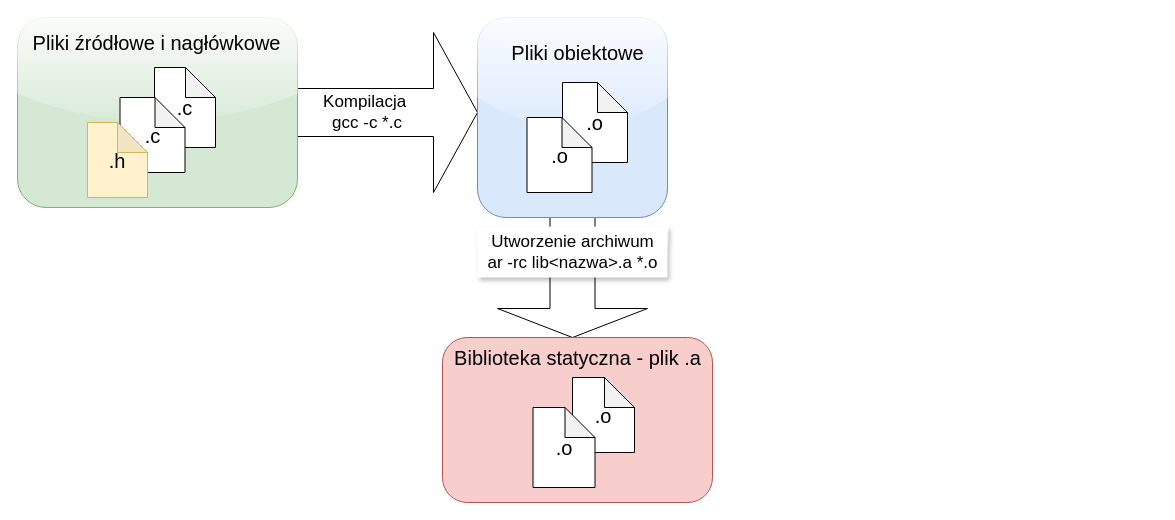
Before: thesis/res/draw.io/Static_lib_flow.drawio in arokasprz100/Bachelor-thesis, a draw.io diagram. Source tidied: cells renumbered, new cells numbered last; positions are measured from the earlier drawing's top-left corner, leaving out a move shared by most shapes. Both pictures are drawn from the tidied source at 100%, with x=0, y=0 at pixel (17, 17).
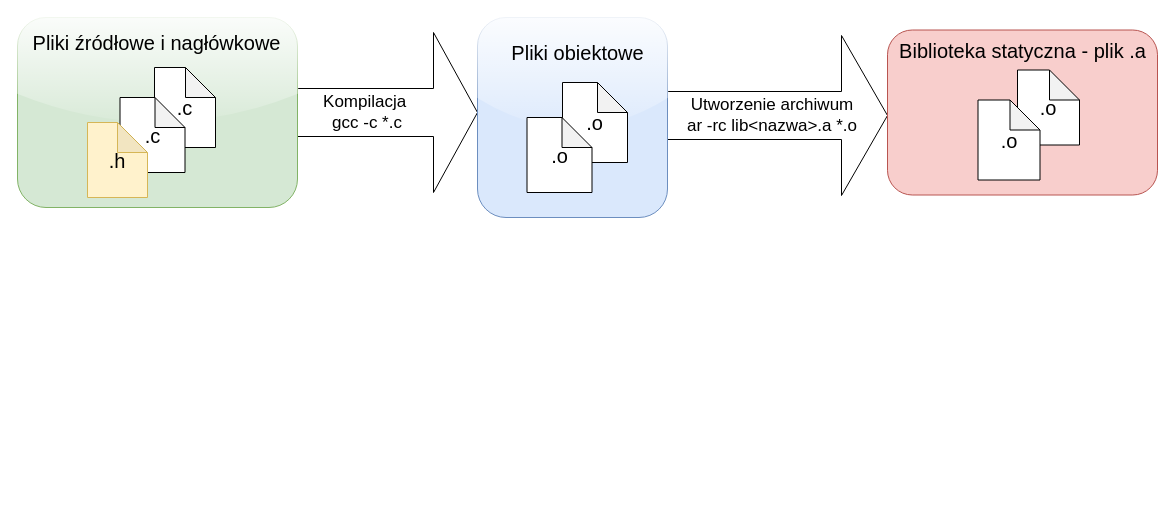
The same diagram, later.

Diff of the diagram source:
```diff
@@
 <mxGraphModel background="#ffffff">
   <root>
     <mxCell id="0" />
     <mxCell id="1" parent="0" />
-    <mxCell id="2" style="shape=singleArrow;direction=south;whiteSpace=wrap;html=1;rounded=0;glass=0;" parent="1" vertex="1">
-      <mxGeometry x="480" y="175" width="150" height="145" as="geometry" />
-    </mxCell>
+    <mxCell id="13" value="&lt;span style=&quot;font-size: 17px ; white-space: nowrap&quot;&gt;Utworzenie archiwum&lt;/span&gt;&lt;br style=&quot;font-size: 17px ; white-space: nowrap&quot;&gt;&lt;span style=&quot;font-size: 17px ; white-space: nowrap&quot;&gt;ar -rc lib&amp;lt;nazwa&amp;gt;.a *.o&lt;/span&gt;" style="shape=singleArrow;whiteSpace=wrap;html=1;rounded=0;glass=0;" parent="1" vertex="1">
+      <mxGeometry x="640" y="18" width="230" height="160" as="geometry" />
+    </mxCell>
     <mxCell id="3" value="&lt;font style=&quot;font-size: 17px&quot;&gt;Kompilacja&amp;nbsp;&lt;br&gt;gcc -c *.c&lt;/font&gt;" style="shape=singleArrow;whiteSpace=wrap;html=1;rounded=0;glass=0;" parent="1" vertex="1">
       <mxGeometry x="240" y="15" width="220" height="160" as="geometry" />
     </mxCell>
     <mxCell id="4" style="rounded=1;whiteSpace=wrap;html=1;glass=1;fillColor=#d5e8d4;strokeColor=#82b366;" parent="1" vertex="1">
       <mxGeometry width="280" height="190" as="geometry" />
     </mxCell>
     <mxCell id="5" value="&lt;font style=&quot;font-size: 20px&quot;&gt;.c&lt;/font&gt;" style="shape=note;whiteSpace=wrap;html=1;backgroundOutline=1;darkOpacity=0.05;" parent="1" vertex="1">
       <mxGeometry x="137" y="50" width="61" height="80" as="geometry" />
     </mxCell>
     <mxCell id="6" value="&lt;font style=&quot;font-size: 20px&quot;&gt;.c&lt;/font&gt;" style="shape=note;whiteSpace=wrap;html=1;backgroundOutline=1;darkOpacity=0.05;" parent="1" vertex="1">
       <mxGeometry x="102.5" y="80" width="65" height="75" as="geometry" />
     </mxCell>
     <mxCell id="7" value="&lt;font style=&quot;font-size: 20px&quot;&gt;.h&lt;/font&gt;" style="shape=note;whiteSpace=wrap;html=1;backgroundOutline=1;darkOpacity=0.05;fillColor=#fff2cc;strokeColor=#d6b656;" parent="1" vertex="1">
       <mxGeometry x="70" y="105" width="60" height="75" as="geometry" />
     </mxCell>
     <mxCell id="8" value="&lt;font style=&quot;font-size: 20px&quot;&gt;Pliki źródłowe i nagłówkowe&lt;/font&gt;" style="text;html=1;align=center;verticalAlign=middle;" parent="1" vertex="1">
       <mxGeometry x="8.5" y="15" width="260" height="20" as="geometry" />
     </mxCell>
     <mxCell id="9" style="rounded=1;whiteSpace=wrap;html=1;glass=1;fillColor=#dae8fc;strokeColor=#6c8ebf;" parent="1" vertex="1">
       <mxGeometry x="460" width="190" height="200" as="geometry" />
     </mxCell>
     <mxCell id="10" value="&lt;font style=&quot;font-size: 20px&quot;&gt;.o&lt;/font&gt;" style="shape=note;whiteSpace=wrap;html=1;backgroundOutline=1;darkOpacity=0.05;" parent="1" vertex="1">
       <mxGeometry x="545" y="65" width="65" height="80" as="geometry" />
     </mxCell>
     <mxCell id="11" value="&lt;font style=&quot;font-size: 20px&quot;&gt;.o&lt;/font&gt;" style="shape=note;whiteSpace=wrap;html=1;backgroundOutline=1;darkOpacity=0.05;" parent="1" vertex="1">
       <mxGeometry x="509.5" y="100" width="65" height="75" as="geometry" />
     </mxCell>
     <mxCell id="12" value="&lt;font style=&quot;font-size: 20px&quot;&gt;Pliki obiektowe&lt;/font&gt;" style="text;html=1;align=center;verticalAlign=middle;" parent="1" vertex="1">
       <mxGeometry x="485" y="25" width="150" height="20" as="geometry" />
     </mxCell>
-    <mxCell id="13" value="Utworzenie archiwum&lt;br style=&quot;font-size: 17px&quot;&gt;ar -rc lib&amp;lt;nazwa&amp;gt;.a *.o" style="text;html=1;align=center;verticalAlign=middle;fontSize=17;glass=1;fillColor=#ffffff;shadow=1;" parent="1" vertex="1">
-      <mxGeometry x="460" y="210" width="190" height="50" as="geometry" />
-    </mxCell>
     <mxCell id="14" style="rounded=1;whiteSpace=wrap;html=1;glass=0;fillColor=#f8cecc;strokeColor=#b85450;" parent="1" vertex="1">
-      <mxGeometry x="425" y="320" width="270" height="165" as="geometry" />
+      <mxGeometry x="870" y="12.5" width="270" height="165" as="geometry" />
     </mxCell>
     <mxCell id="15" value="&lt;font style=&quot;font-size: 20px&quot;&gt;Biblioteka statyczna - plik .a&lt;/font&gt;" style="text;html=1;align=center;verticalAlign=middle;" parent="1" vertex="1">
-      <mxGeometry x="430" y="330" width="260" height="20" as="geometry" />
+      <mxGeometry x="875" y="22.5" width="260" height="20" as="geometry" />
     </mxCell>
     <mxCell id="16" value="&lt;font style=&quot;font-size: 20px&quot;&gt;.o&lt;/font&gt;" style="shape=note;whiteSpace=wrap;html=1;backgroundOutline=1;darkOpacity=0.05;" parent="1" vertex="1">
-      <mxGeometry x="555" y="360" width="62" height="75" as="geometry" />
+      <mxGeometry x="1000" y="52.5" width="62" height="75" as="geometry" />
     </mxCell>
     <mxCell id="17" value="&lt;font style=&quot;font-size: 20px&quot;&gt;.o&lt;/font&gt;" style="shape=note;whiteSpace=wrap;html=1;backgroundOutline=1;darkOpacity=0.05;" parent="1" vertex="1">
-      <mxGeometry x="515.5" y="390" width="62" height="80" as="geometry" />
+      <mxGeometry x="960.5" y="82.5" width="62" height="80" as="geometry" />
     </mxCell>
   </root>
 </mxGraphModel>
```
